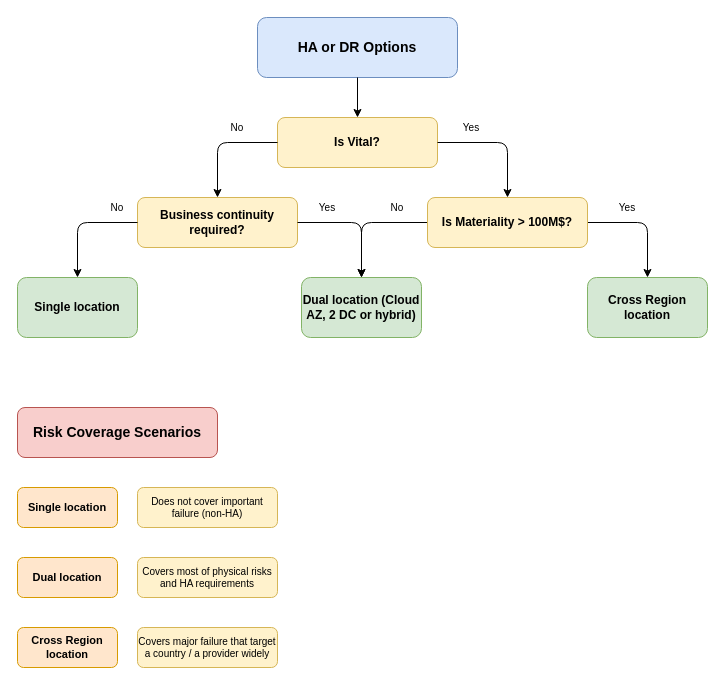
This is page "HA-DR" (1 of 2) of DR-DecisionTree.drawio from anthonygea/mycv, a draw.io file, before an edit. Source tidied: cells renumbered, new cells numbered last; positions are measured from the earlier drawing's top-left corner, leaving out a move shared by most shapes. Both pictures are drawn from the tidied source at 100%, with x=0, y=0 at pixel (17, 17).
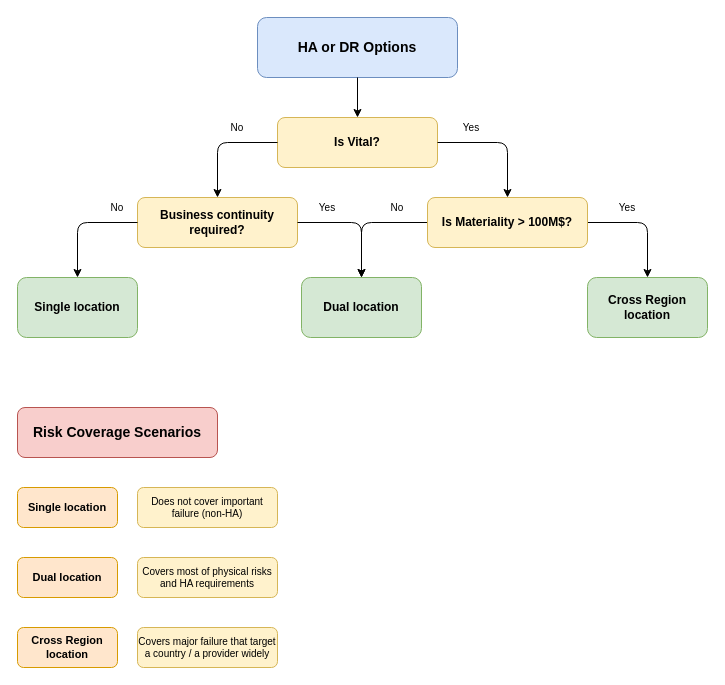
The same diagram, later.

Commit message:
Mettre à jour DR-DecisionTree.drawio

The edit, as a diff of the source:
```diff
@@
-    <mxCell id="5" value="Dual location (Cloud AZ, 2 DC or hybrid)" style="rounded=1;whiteSpace=wrap;html=1;fillColor=#d5e8d4;strokeColor=#82b366;fontSize=12;fontStyle=1;" parent="1" vertex="1">
+    <mxCell id="5" value="Dual location" style="rounded=1;whiteSpace=wrap;html=1;fillColor=#d5e8d4;strokeColor=#82b366;fontSize=12;fontStyle=1;" parent="1" vertex="1">
       <mxGeometry x="284" y="260" width="120" height="60" as="geometry" />
     </mxCell>
```
